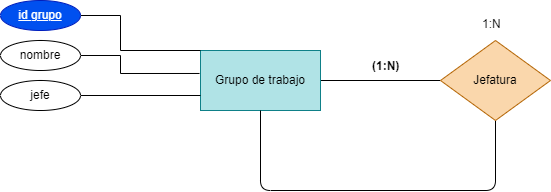
Earlier version of the draw.io export Tareas/Unidad2/ejercicio2.16.drawio.png (WhiteCascade/BAE). Source tidied: cells renumbered, new cells last; positions are measured from the earlier drawing's top-left corner, leaving out a move shared by most shapes. Its diagram source:
```xml
<mxGraphModel>
  <root>
    <mxCell id="0" />
    <mxCell id="1" parent="0" />
    <mxCell id="2" style="edgeStyle=none;html=1;entryX=0;entryY=0.5;entryDx=0;entryDy=0;endArrow=none;endFill=0;" parent="1" edge="1" source="3" target="5">
      <mxGeometry relative="1" as="geometry" />
    </mxCell>
    <mxCell id="3" value="Grupo de trabajo" style="rounded=0;whiteSpace=wrap;html=1;fillColor=#b0e3e6;strokeColor=#0e8088;" parent="1" vertex="1">
      <mxGeometry x="200" y="50" width="120" height="60" as="geometry" />
    </mxCell>
    <mxCell id="4" style="edgeStyle=none;html=1;entryX=0.5;entryY=1;entryDx=0;entryDy=0;endArrow=none;endFill=0;" parent="1" edge="1" source="5" target="3">
      <mxGeometry relative="1" as="geometry">
        <Array as="points">
          <mxPoint x="495" y="190" />
          <mxPoint x="260" y="190" />
        </Array>
      </mxGeometry>
    </mxCell>
    <mxCell id="5" value="Jefatura" style="rhombus;whiteSpace=wrap;html=1;fillColor=#fad7ac;strokeColor=#b46504;" parent="1" vertex="1">
      <mxGeometry x="440" y="40" width="110" height="80" as="geometry" />
    </mxCell>
    <mxCell id="6" style="edgeStyle=none;html=1;entryX=0;entryY=0;entryDx=0;entryDy=0;endArrow=none;endFill=0;rounded=0;" parent="1" edge="1" source="7" target="3">
      <mxGeometry relative="1" as="geometry">
        <Array as="points">
          <mxPoint x="120" y="15" />
          <mxPoint x="120" y="50" />
        </Array>
      </mxGeometry>
    </mxCell>
    <mxCell id="7" value="&lt;u&gt;id grupo&lt;/u&gt;" style="ellipse;whiteSpace=wrap;html=1;fillColor=#0050ef;fontColor=#ffffff;strokeColor=#001DBC;" parent="1" vertex="1">
      <mxGeometry width="80" height="30" as="geometry" />
    </mxCell>
    <mxCell id="8" style="edgeStyle=none;html=1;endArrow=none;endFill=0;entryX=-0.008;entryY=0.383;entryDx=0;entryDy=0;entryPerimeter=0;rounded=0;" parent="1" edge="1" source="9" target="3">
      <mxGeometry relative="1" as="geometry">
        <Array as="points">
          <mxPoint x="120" y="55" />
          <mxPoint x="120" y="73" />
        </Array>
      </mxGeometry>
    </mxCell>
    <mxCell id="9" value="nombre" style="ellipse;whiteSpace=wrap;html=1;" parent="1" vertex="1">
      <mxGeometry y="40" width="80" height="30" as="geometry" />
    </mxCell>
    <mxCell id="10" style="edgeStyle=none;html=1;entryX=0;entryY=0.75;entryDx=0;entryDy=0;endArrow=none;endFill=0;" parent="1" edge="1" source="11" target="3">
      <mxGeometry relative="1" as="geometry" />
    </mxCell>
    <mxCell id="11" value="jefe" style="ellipse;whiteSpace=wrap;html=1;" parent="1" vertex="1">
      <mxGeometry y="80" width="80" height="30" as="geometry" />
    </mxCell>
    <mxCell id="12" value="1:N" style="text;whiteSpace=wrap;html=1;" parent="1" vertex="1">
      <mxGeometry x="480" y="10" width="50" height="40" as="geometry" />
    </mxCell>
    <mxCell id="13" value="&lt;p&gt;&lt;strong&gt;(1:N)&lt;/strong&gt;&lt;/p&gt;" style="text;whiteSpace=wrap;html=1;" parent="1" vertex="1">
      <mxGeometry x="370" y="40" width="60" height="60" as="geometry" />
    </mxCell>
  </root>
</mxGraphModel>
```
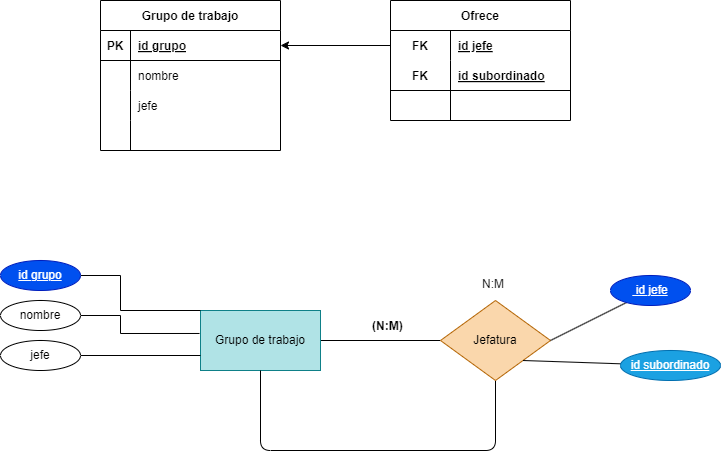
The same file after the commit.

What changed in the source:
```diff
@@ -47,11 +47,95 @@
     <mxCell id="11" value="jefe" style="ellipse;whiteSpace=wrap;html=1;" parent="1" vertex="1">
       <mxGeometry y="80" width="80" height="30" as="geometry" />
     </mxCell>
-    <mxCell id="12" value="1:N" style="text;whiteSpace=wrap;html=1;" parent="1" vertex="1">
+    <mxCell id="12" value="N:M" style="text;whiteSpace=wrap;html=1;" parent="1" vertex="1">
       <mxGeometry x="480" y="10" width="50" height="40" as="geometry" />
     </mxCell>
-    <mxCell id="13" value="&lt;p&gt;&lt;strong&gt;(1:N)&lt;/strong&gt;&lt;/p&gt;" style="text;whiteSpace=wrap;html=1;" parent="1" vertex="1">
+    <mxCell id="13" value="&lt;p&gt;&lt;strong&gt;(N:M)&lt;/strong&gt;&lt;/p&gt;" style="text;whiteSpace=wrap;html=1;" parent="1" vertex="1">
       <mxGeometry x="370" y="40" width="60" height="60" as="geometry" />
     </mxCell>
+    <mxCell id="14" style="edgeStyle=none;html=1;entryX=1;entryY=0.5;entryDx=0;entryDy=0;endArrow=none;endFill=0;" parent="1" edge="1" source="15" target="5">
+      <mxGeometry relative="1" as="geometry" />
+    </mxCell>
+    <mxCell id="15" value="&lt;u&gt;&amp;nbsp;id jefe&lt;/u&gt;" style="ellipse;whiteSpace=wrap;html=1;fillColor=#0050ef;fontColor=#ffffff;strokeColor=#001DBC;" parent="1" vertex="1">
+      <mxGeometry x="610" y="15" width="80" height="30" as="geometry" />
+    </mxCell>
+    <mxCell id="16" value="Grupo de trabajo" style="shape=table;startSize=30;rowLines=0;fontStyle=1;align=center;" parent="1" vertex="1">
+      <mxGeometry x="100" y="-260" width="180" height="150" as="geometry" />
+    </mxCell>
+    <mxCell id="17" style="shape=tableRow;horizontal=0;startSize=0;swimlaneHead=0;swimlaneBody=0;fillColor=none;points=[[0,0.5],[1,0.5]];portConstraint=eastwest;top=0;left=0;right=0;bottom=1;" parent="16" vertex="1">
+      <mxGeometry y="30" width="180" height="30" as="geometry" />
+    </mxCell>
+    <mxCell id="18" value="PK" style="shape=partialRectangle;fillColor=none;top=0;left=0;bottom=0;right=0;fontStyle=1;overflow=hidden;" parent="17" vertex="1">
+      <mxGeometry width="30" height="30" as="geometry" />
+    </mxCell>
+    <mxCell id="19" value="id grupo" style="shape=partialRectangle;fillColor=none;top=0;left=0;bottom=0;right=0;align=left;spacingLeft=6;fontStyle=5;overflow=hidden;" parent="17" vertex="1">
+      <mxGeometry x="30" width="150" height="30" as="geometry" />
+    </mxCell>
+    <mxCell id="20" style="shape=tableRow;horizontal=0;startSize=0;swimlaneHead=0;swimlaneBody=0;fillColor=none;top=0;left=0;right=0;bottom=0;" parent="16" vertex="1">
+      <mxGeometry y="60" width="180" height="30" as="geometry" />
+    </mxCell>
+    <mxCell id="21" style="shape=partialRectangle;fillColor=none;top=0;left=0;bottom=0;right=0;overflow=hidden;" parent="20" vertex="1">
+      <mxGeometry width="30" height="30" as="geometry" />
+    </mxCell>
+    <mxCell id="22" value="nombre" style="shape=partialRectangle;fillColor=none;top=0;left=0;bottom=0;right=0;align=left;spacingLeft=6;overflow=hidden;" parent="20" vertex="1">
+      <mxGeometry x="30" width="150" height="30" as="geometry" />
+    </mxCell>
+    <mxCell id="23" style="shape=tableRow;horizontal=0;startSize=0;swimlaneHead=0;swimlaneBody=0;fillColor=none;top=0;left=0;right=0;bottom=0;" parent="16" vertex="1">
+      <mxGeometry y="90" width="180" height="30" as="geometry" />
+    </mxCell>
+    <mxCell id="24" style="shape=partialRectangle;fillColor=none;top=0;left=0;bottom=0;right=0;overflow=hidden;" parent="23" vertex="1">
+      <mxGeometry width="30" height="30" as="geometry" />
+    </mxCell>
+    <mxCell id="25" value="jefe" style="shape=partialRectangle;fillColor=none;top=0;left=0;bottom=0;right=0;align=left;spacingLeft=6;overflow=hidden;" parent="23" vertex="1">
+      <mxGeometry x="30" width="150" height="30" as="geometry" />
+    </mxCell>
+    <mxCell id="26" style="shape=tableRow;horizontal=0;startSize=0;swimlaneHead=0;swimlaneBody=0;fillColor=none;top=0;left=0;right=0;bottom=0;" parent="16" vertex="1">
+      <mxGeometry y="120" width="180" height="30" as="geometry" />
+    </mxCell>
+    <mxCell id="27" style="shape=partialRectangle;fillColor=none;top=0;left=0;bottom=0;right=0;overflow=hidden;" parent="26" vertex="1">
+      <mxGeometry width="30" height="30" as="geometry" />
+    </mxCell>
+    <mxCell id="28" style="shape=partialRectangle;fillColor=none;top=0;left=0;bottom=0;right=0;align=left;spacingLeft=6;overflow=hidden;" parent="26" vertex="1">
+      <mxGeometry x="30" width="150" height="30" as="geometry" />
+    </mxCell>
+    <mxCell id="29" value="Ofrece" style="shape=table;startSize=30;rowLines=0;fontStyle=1;align=center;" parent="1" vertex="1">
+      <mxGeometry x="390" y="-260" width="180" height="120" as="geometry" />
+    </mxCell>
+    <mxCell id="30" style="shape=tableRow;horizontal=0;startSize=0;swimlaneHead=0;swimlaneBody=0;fillColor=none;points=[[0,0.5],[1,0.5]];portConstraint=eastwest;top=0;left=0;right=0;bottom=0;" parent="29" vertex="1">
+      <mxGeometry y="30" width="180" height="30" as="geometry" />
+    </mxCell>
+    <mxCell id="31" value="FK" style="shape=partialRectangle;fillColor=none;top=0;left=0;bottom=0;right=0;fontStyle=1;overflow=hidden;" parent="30" vertex="1">
+      <mxGeometry width="60" height="30" as="geometry" />
+    </mxCell>
+    <mxCell id="32" value="id jefe" style="shape=partialRectangle;fillColor=none;top=0;left=0;bottom=0;right=0;align=left;spacingLeft=6;fontStyle=5;overflow=hidden;" parent="30" vertex="1">
+      <mxGeometry x="60" width="120" height="30" as="geometry" />
+    </mxCell>
+    <mxCell id="33" style="shape=tableRow;horizontal=0;startSize=0;swimlaneHead=0;swimlaneBody=0;fillColor=none;top=0;left=0;right=0;bottom=1;" parent="29" vertex="1">
+      <mxGeometry y="60" width="180" height="30" as="geometry" />
+    </mxCell>
+    <mxCell id="34" value="FK" style="shape=partialRectangle;fillColor=none;top=0;left=0;bottom=0;right=0;fontStyle=1;overflow=hidden;" parent="33" vertex="1">
+      <mxGeometry width="60" height="30" as="geometry" />
+    </mxCell>
+    <mxCell id="35" value="id subordinado" style="shape=partialRectangle;fillColor=none;top=0;left=0;bottom=0;right=0;align=left;spacingLeft=6;fontStyle=5;overflow=hidden;" parent="33" vertex="1">
+      <mxGeometry x="60" width="120" height="30" as="geometry" />
+    </mxCell>
+    <mxCell id="36" style="shape=tableRow;horizontal=0;startSize=0;swimlaneHead=0;swimlaneBody=0;fillColor=none;top=0;left=0;right=0;bottom=0;" parent="29" vertex="1">
+      <mxGeometry y="90" width="180" height="30" as="geometry" />
+    </mxCell>
+    <mxCell id="37" style="shape=partialRectangle;fillColor=none;top=0;left=0;bottom=0;right=0;overflow=hidden;" parent="36" vertex="1">
+      <mxGeometry width="60" height="30" as="geometry" />
+    </mxCell>
+    <mxCell id="38" style="shape=partialRectangle;fillColor=none;top=0;left=0;bottom=0;right=0;align=left;spacingLeft=6;overflow=hidden;" parent="36" vertex="1">
+      <mxGeometry x="60" width="120" height="30" as="geometry" />
+    </mxCell>
+    <mxCell id="39" style="edgeStyle=none;html=1;" parent="1" edge="1" source="30" target="17">
+      <mxGeometry relative="1" as="geometry" />
+    </mxCell>
+    <mxCell id="40" style="edgeStyle=none;html=1;entryX=1;entryY=1;entryDx=0;entryDy=0;endArrow=none;endFill=0;" parent="1" edge="1" source="41" target="5">
+      <mxGeometry relative="1" as="geometry" />
+    </mxCell>
+    <mxCell id="41" value="&lt;u&gt;id subordinado&lt;/u&gt;" style="ellipse;whiteSpace=wrap;html=1;fillColor=#1ba1e2;fontColor=#ffffff;strokeColor=#006EAF;" parent="1" vertex="1">
+      <mxGeometry x="620" y="90" width="100" height="30" as="geometry" />
+    </mxCell>
   </root>
 </mxGraphModel>
```
